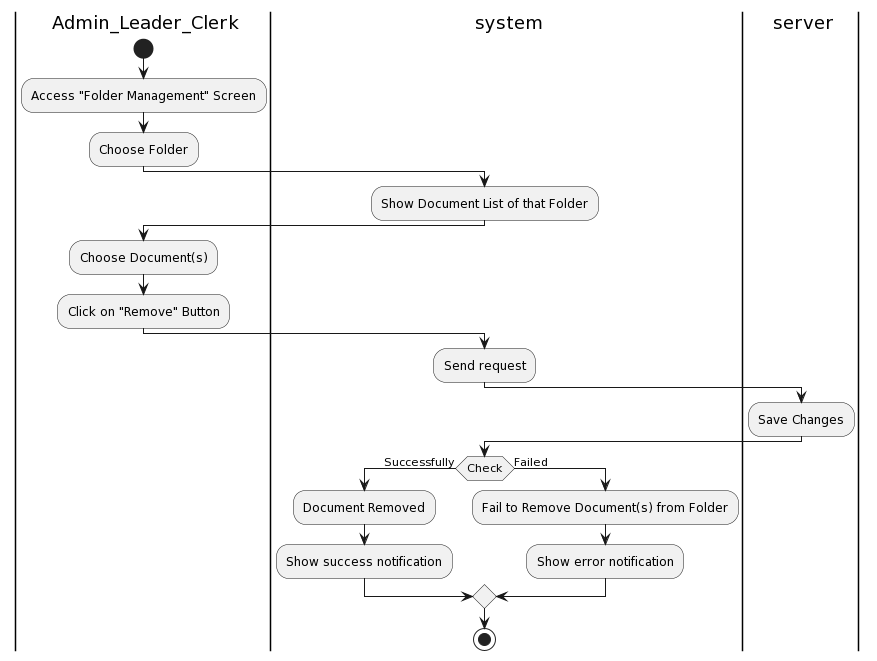
This is Lab1/Lab1.2/Activity Diagram/Folder/RemoveDocumentfromFolder/RemoveDocumentfromFolder.png from khoapham1003/SE357-Pratice-class, a PlantUML export, as it was before one commit.
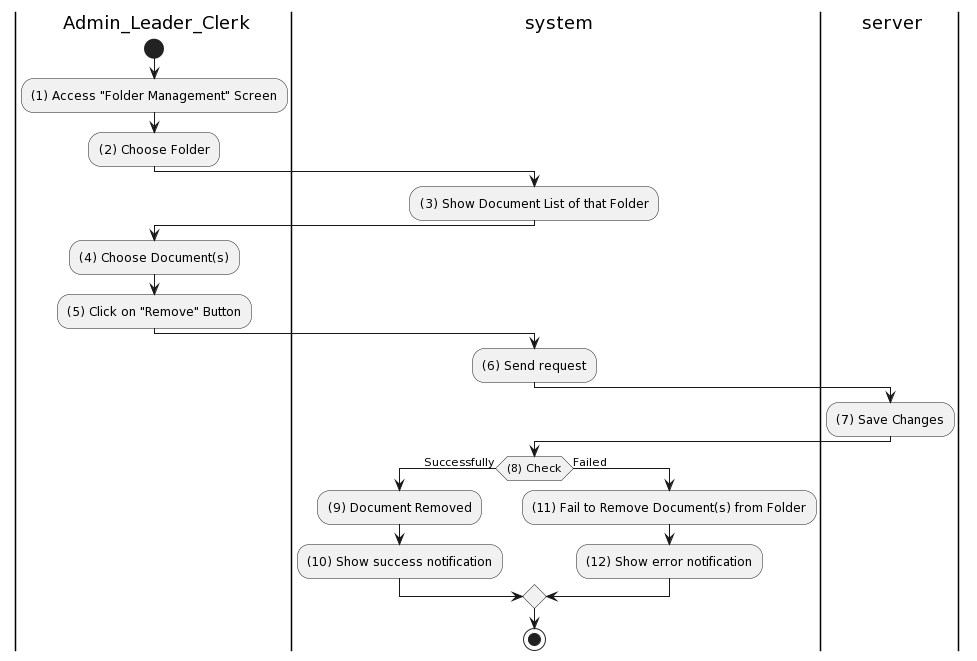
The same diagram one commit later.

Change to the diagram source:
```diff
@@ -4,24 +4,24 @@
 |ser| server
 |a|
 start
-:Access "Folder Management" Screen;
-:Choose Folder;
+:(1) Access "Folder Management" Screen;
+:(2) Choose Folder;
 |sys|
-:Show Document List of that Folder;
+:(3) Show Document List of that Folder;
 |a|
-:Choose Document(s);
-:Click on "Remove" Button;
+:(4) Choose Document(s);
+:(5) Click on "Remove" Button;
 |sys|
-:Send request;
+:(6) Send request;
 |ser|
-:Save Changes;
+:(7) Save Changes;
 |sys|
-if(Check) then (Successfully)
-:Document Removed;
-:Show success notification;
+if((8) Check) then (Successfully)
+:(9) Document Removed;
+:(10) Show success notification;
 else (Failed)
-:Fail to Remove Document(s) from Folder;
-:Show error notification;
+:(11) Fail to Remove Document(s) from Folder;
+:(12) Show error notification;
 endif
 
 stop
```
